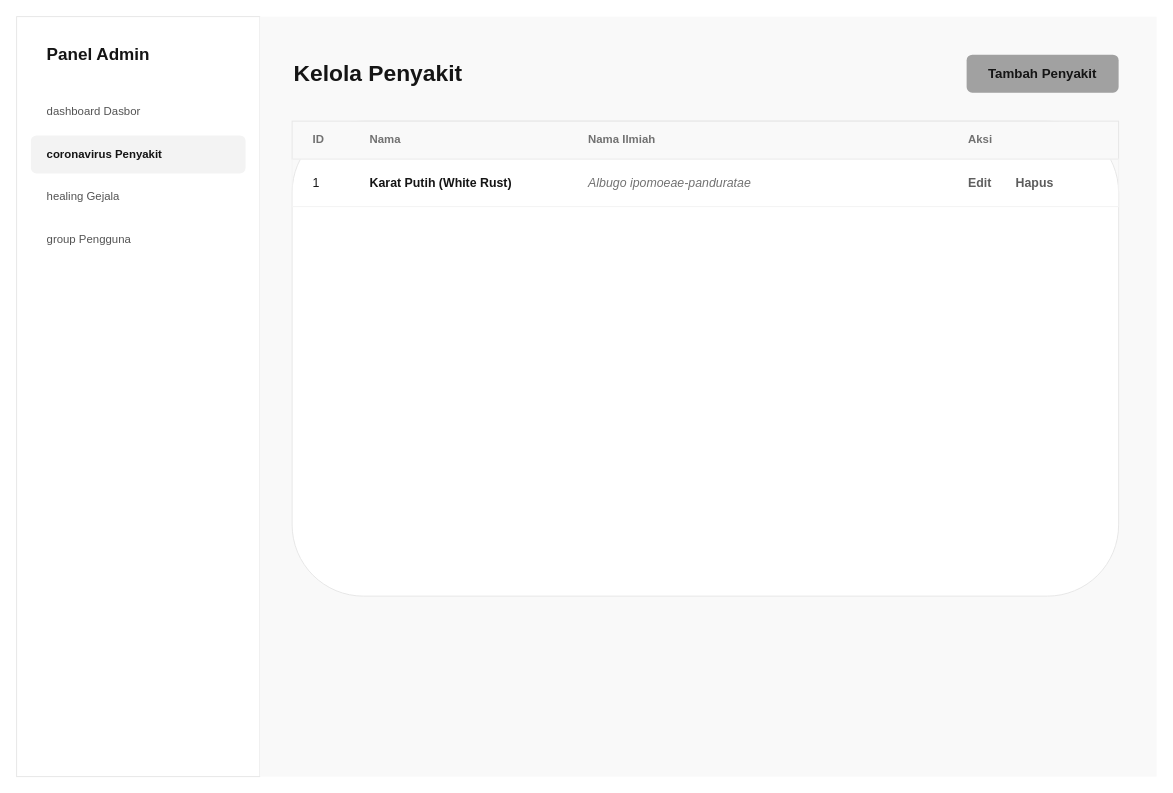
Above: diagram/desain_backup/admin-lihat-penyakit.drawio in RajaSunrise/kangkungku (draw.io), before the change. Source tidied: cells renumbered, new cells numbered last; positions are measured from the earlier drawing's top-left corner, leaving out a move shared by most shapes. Both pictures are drawn from the tidied source at 95%, with x=0, y=0 at pixel (16, 16).
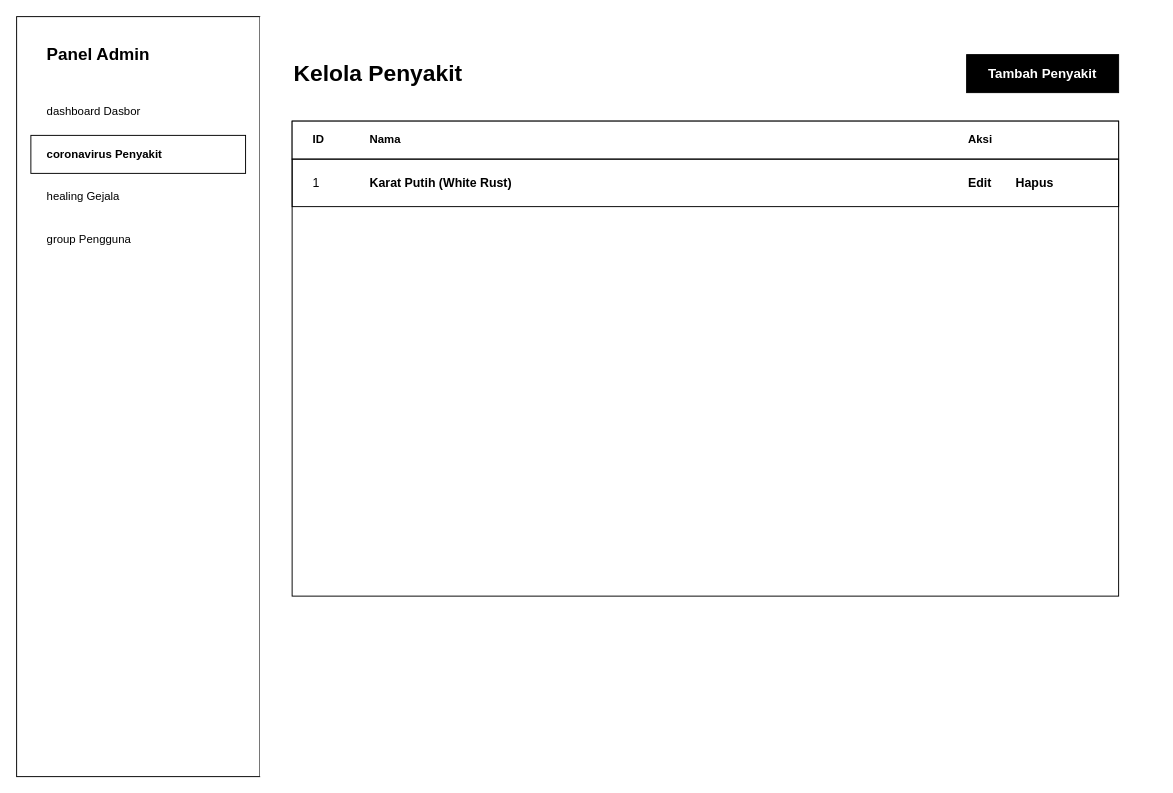
Above is the later version.

Diff of the diagram source:
```diff
@@
-    <mxCell id="2" style="rounded=0;whiteSpace=wrap;html=1;fillColor=#FFFFFF;strokeColor=#E6E6E6;" parent="1" vertex="1">
+    <mxCell id="2" style="rounded=0;whiteSpace=wrap;html=1;fillColor=#FFFFFF;strokeColor=#000000;" parent="1" vertex="1">
       <mxGeometry width="256" height="800" as="geometry" />
     </mxCell>
-    <mxCell id="3" value="Panel Admin" style="text;html=1;strokeColor=none;fillColor=none;align=left;verticalAlign=middle;whiteSpace=wrap;rounded=0;fontColor=#151515;fontSize=18;fontStyle=1;" parent="1" vertex="1">
+    <mxCell id="3" value="Panel Admin" style="text;html=1;strokeColor=none;fillColor=none;align=left;verticalAlign=middle;whiteSpace=wrap;rounded=0;fontColor=#000000;fontSize=18;fontStyle=1;" parent="1" vertex="1">
       <mxGeometry x="30" y="20" width="200" height="40" as="geometry" />
     </mxCell>
-    <mxCell id="4" value="dashboard  Dasbor" style="rounded=1;whiteSpace=wrap;html=1;fillColor=none;strokeColor=none;fontColor=#535353;align=left;spacingLeft=15;" parent="1" vertex="1">
+    <mxCell id="4" value="dashboard  Dasbor" style="rounded=0;whiteSpace=wrap;html=1;fillColor=none;strokeColor=none;fontColor=#000000;align=left;spacingLeft=15;" parent="1" vertex="1">
       <mxGeometry x="15" y="80" width="226" height="40" as="geometry" />
     </mxCell>
-    <mxCell id="5" value="coronavirus  Penyakit" style="rounded=1;whiteSpace=wrap;html=1;fillColor=#F3F3F3;strokeColor=none;fontColor=#151515;align=left;spacingLeft=15;fontStyle=1;" parent="1" vertex="1">
+    <mxCell id="5" value="coronavirus  Penyakit" style="rounded=0;whiteSpace=wrap;html=1;fillColor=#FFFFFF;strokeColor=#000000;fontColor=#000000;align=left;spacingLeft=15;fontStyle=1;" parent="1" vertex="1">
       <mxGeometry x="15" y="125" width="226" height="40" as="geometry" />
     </mxCell>
-    <mxCell id="6" value="healing  Gejala" style="rounded=1;whiteSpace=wrap;html=1;fillColor=none;strokeColor=none;fontColor=#535353;align=left;spacingLeft=15;" parent="1" vertex="1">
+    <mxCell id="6" value="healing  Gejala" style="rounded=0;whiteSpace=wrap;html=1;fillColor=none;strokeColor=none;fontColor=#000000;align=left;spacingLeft=15;" parent="1" vertex="1">
       <mxGeometry x="15" y="170" width="226" height="40" as="geometry" />
     </mxCell>
-    <mxCell id="7" value="group  Pengguna" style="rounded=1;whiteSpace=wrap;html=1;fillColor=none;strokeColor=none;fontColor=#535353;align=left;spacingLeft=15;" parent="1" vertex="1">
+    <mxCell id="7" value="group  Pengguna" style="rounded=0;whiteSpace=wrap;html=1;fillColor=none;strokeColor=none;fontColor=#000000;align=left;spacingLeft=15;" parent="1" vertex="1">
       <mxGeometry x="15" y="215" width="226" height="40" as="geometry" />
     </mxCell>
-    <mxCell id="8" style="rounded=0;whiteSpace=wrap;html=1;fillColor=#F9F9F9;strokeColor=none;" parent="1" vertex="1">
+    <mxCell id="8" style="rounded=0;whiteSpace=wrap;html=1;fillColor=#FFFFFF;strokeColor=none;" parent="1" vertex="1">
       <mxGeometry x="256" width="944" height="800" as="geometry" />
     </mxCell>
-    <mxCell id="9" value="Kelola Penyakit" style="text;html=1;strokeColor=none;fillColor=none;align=left;verticalAlign=middle;whiteSpace=wrap;rounded=0;fontColor=#151515;fontSize=24;fontStyle=1;" parent="1" vertex="1">
+    <mxCell id="9" value="Kelola Penyakit" style="text;html=1;strokeColor=none;fillColor=none;align=left;verticalAlign=middle;whiteSpace=wrap;rounded=0;fontColor=#000000;fontSize=24;fontStyle=1;" parent="1" vertex="1">
       <mxGeometry x="290" y="40" width="300" height="40" as="geometry" />
     </mxCell>
-    <mxCell id="10" value="Tambah Penyakit" style="rounded=1;whiteSpace=wrap;html=1;fillColor=#A1A1A1;strokeColor=none;fontColor=#151515;fontStyle=1;fontSize=14;" parent="1" vertex="1">
+    <mxCell id="10" value="Tambah Penyakit" style="rounded=0;whiteSpace=wrap;html=1;fillColor=#000000;strokeColor=#000000;fontColor=#FFFFFF;fontStyle=1;fontSize=14;" parent="1" vertex="1">
       <mxGeometry x="1000" y="40" width="160" height="40" as="geometry" />
     </mxCell>
-    <mxCell id="11" style="rounded=1;whiteSpace=wrap;html=1;fillColor=#FFFFFF;strokeColor=#E6E6E6;shadow=0;" parent="1" vertex="1">
+    <mxCell id="11" style="rounded=0;whiteSpace=wrap;html=1;fillColor=#FFFFFF;strokeColor=#000000;" parent="1" vertex="1">
       <mxGeometry x="290" y="110" width="870" height="500" as="geometry" />
     </mxCell>
-    <mxCell id="12" style="rounded=0;whiteSpace=wrap;html=1;fillColor=#F9F9F9;strokeColor=#E6E6E6;" parent="1" vertex="1">
+    <mxCell id="12" style="rounded=0;whiteSpace=wrap;html=1;fillColor=#FFFFFF;strokeColor=#000000;" parent="1" vertex="1">
       <mxGeometry x="290" y="110" width="870" height="40" as="geometry" />
     </mxCell>
-    <mxCell id="13" value="ID" style="text;html=1;strokeColor=none;fillColor=none;align=left;verticalAlign=middle;whiteSpace=wrap;rounded=0;fontColor=#717171;fontSize=12;fontStyle=1;" parent="1" vertex="1">
+    <mxCell id="13" value="ID" style="text;html=1;strokeColor=none;fillColor=none;align=left;verticalAlign=middle;whiteSpace=wrap;rounded=0;fontColor=#000000;fontSize=12;fontStyle=1;" parent="1" vertex="1">
       <mxGeometry x="310" y="115" width="50" height="30" as="geometry" />
     </mxCell>
-    <mxCell id="14" value="Nama" style="text;html=1;strokeColor=none;fillColor=none;align=left;verticalAlign=middle;whiteSpace=wrap;rounded=0;fontColor=#717171;fontSize=12;fontStyle=1;" parent="1" vertex="1">
-      <mxGeometry x="370" y="115" width="200" height="30" as="geometry" />
+    <mxCell id="14" value="Nama" style="text;html=1;strokeColor=none;fillColor=none;align=left;verticalAlign=middle;whiteSpace=wrap;rounded=0;fontColor=#000000;fontSize=12;fontStyle=1;" parent="1" vertex="1">
+      <mxGeometry x="370" y="115" width="600" height="30" as="geometry" />
     </mxCell>
-    <mxCell id="15" value="Nama Ilmiah" style="text;html=1;strokeColor=none;fillColor=none;align=left;verticalAlign=middle;whiteSpace=wrap;rounded=0;fontColor=#717171;fontSize=12;fontStyle=1;" parent="1" vertex="1">
-      <mxGeometry x="600" y="115" width="200" height="30" as="geometry" />
-    </mxCell>
-    <mxCell id="16" value="Aksi" style="text;html=1;strokeColor=none;fillColor=none;align=left;verticalAlign=middle;whiteSpace=wrap;rounded=0;fontColor=#717171;fontSize=12;fontStyle=1;" parent="1" vertex="1">
+    <mxCell id="16" value="Aksi" style="text;html=1;strokeColor=none;fillColor=none;align=left;verticalAlign=middle;whiteSpace=wrap;rounded=0;fontColor=#000000;fontSize=12;fontStyle=1;" parent="1" vertex="1">
       <mxGeometry x="1000" y="115" width="100" height="30" as="geometry" />
     </mxCell>
-    <mxCell id="17" style="rounded=0;whiteSpace=wrap;html=1;fillColor=none;strokeColor=#F3F3F3;" parent="1" vertex="1">
+    <mxCell id="17" style="rounded=0;whiteSpace=wrap;html=1;fillColor=none;strokeColor=#000000;" parent="1" vertex="1">
       <mxGeometry x="290" y="150" width="870" height="50" as="geometry" />
     </mxCell>
-    <mxCell id="18" value="1" style="text;html=1;strokeColor=none;fillColor=none;align=left;verticalAlign=middle;whiteSpace=wrap;rounded=0;fontColor=#151515;fontSize=13;" parent="1" vertex="1">
+    <mxCell id="18" value="1" style="text;html=1;strokeColor=none;fillColor=none;align=left;verticalAlign=middle;whiteSpace=wrap;rounded=0;fontColor=#000000;fontSize=13;" parent="1" vertex="1">
       <mxGeometry x="310" y="160" width="50" height="30" as="geometry" />
     </mxCell>
-    <mxCell id="19" value="Karat Putih (White Rust)" style="text;html=1;strokeColor=none;fillColor=none;align=left;verticalAlign=middle;whiteSpace=wrap;rounded=0;fontColor=#151515;fontSize=13;fontStyle=1;" parent="1" vertex="1">
-      <mxGeometry x="370" y="160" width="200" height="30" as="geometry" />
+    <mxCell id="19" value="Karat Putih (White Rust)" style="text;html=1;strokeColor=none;fillColor=none;align=left;verticalAlign=middle;whiteSpace=wrap;rounded=0;fontColor=#000000;fontSize=13;fontStyle=1;" parent="1" vertex="1">
+      <mxGeometry x="370" y="160" width="600" height="30" as="geometry" />
     </mxCell>
-    <mxCell id="20" value="Albugo ipomoeae-panduratae" style="text;html=1;strokeColor=none;fillColor=none;align=left;verticalAlign=middle;whiteSpace=wrap;rounded=0;fontColor=#717171;fontSize=13;fontStyle=2;" parent="1" vertex="1">
-      <mxGeometry x="600" y="160" width="200" height="30" as="geometry" />
-    </mxCell>
-    <mxCell id="21" value="Edit" style="text;html=1;strokeColor=none;fillColor=none;align=left;verticalAlign=middle;whiteSpace=wrap;rounded=0;fontColor=#5F5F5F;fontSize=13;fontStyle=1;" parent="1" vertex="1">
+    <mxCell id="21" value="Edit" style="text;html=1;strokeColor=none;fillColor=none;align=left;verticalAlign=middle;whiteSpace=wrap;rounded=0;fontColor=#000000;fontSize=13;fontStyle=1;" parent="1" vertex="1">
       <mxGeometry x="1000" y="160" width="40" height="30" as="geometry" />
     </mxCell>
-    <mxCell id="22" value="Hapus" style="text;html=1;strokeColor=none;fillColor=none;align=left;verticalAlign=middle;whiteSpace=wrap;rounded=0;fontColor=#5C5C5C;fontSize=13;fontStyle=1;" parent="1" vertex="1">
+    <mxCell id="22" value="Hapus" style="text;html=1;strokeColor=none;fillColor=none;align=left;verticalAlign=middle;whiteSpace=wrap;rounded=0;fontColor=#000000;fontSize=13;fontStyle=1;" parent="1" vertex="1">
       <mxGeometry x="1050" y="160" width="50" height="30" as="geometry" />
     </mxCell>
```
